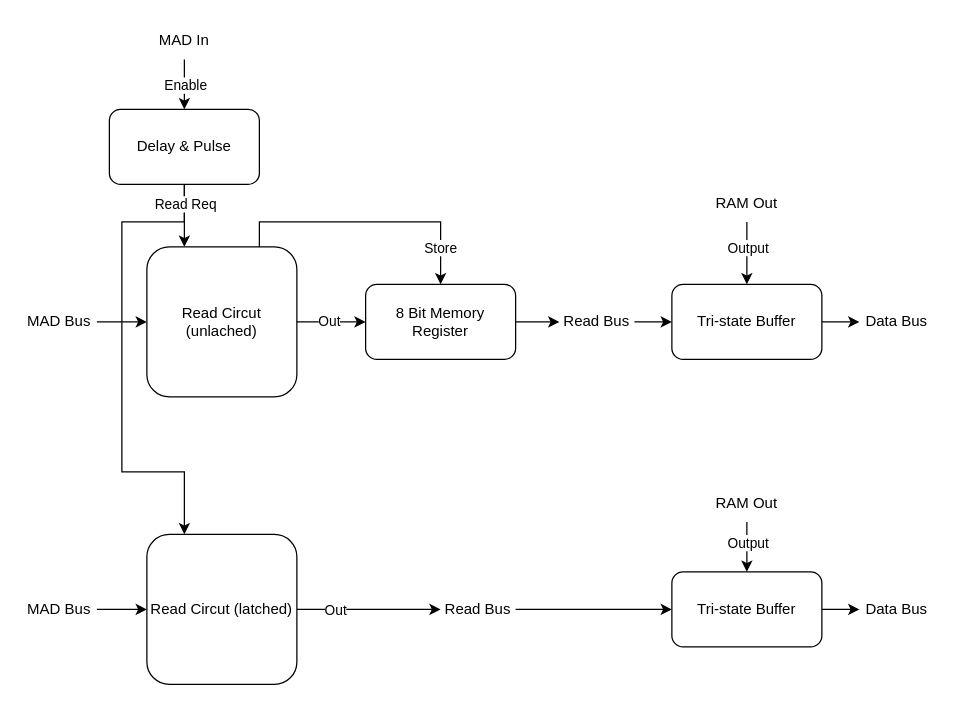
Earlier version of the draw.io diagram page "Clear & Read" (3 of 4) of General/Magnetic Memory.drawio (omzz15/Magnetic-Memory). Source tidied: cells renumbered, new cells numbered last; positions are measured from the earlier drawing's top-left corner, leaving out a move shared by most shapes. Both pictures are drawn from the tidied source at 125%, with x=0, y=0 at pixel (21, 21).
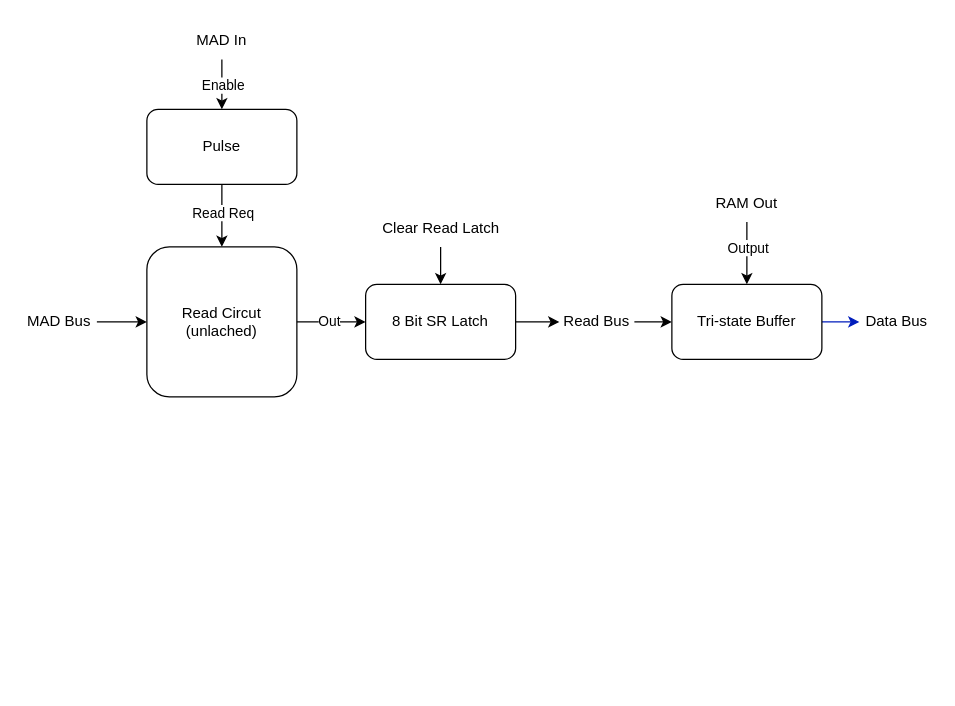
The same diagram, later.

Unchanged cells that the change refers to:
```xml
<mxCell id="7" value="Tri-state Buffer" style="rounded=1;whiteSpace=wrap;html=1;" parent="1" vertex="1">
  <mxGeometry x="520" y="210" width="120" height="60" as="geometry" />
</mxCell>
<mxCell id="8" value="Data Bus" style="text;html=1;strokeColor=none;fillColor=none;align=center;verticalAlign=middle;whiteSpace=wrap;rounded=0;" parent="1" vertex="1">
  <mxGeometry x="670" y="225" width="60" height="30" as="geometry" />
</mxCell>
<mxCell id="12" value="Read Circut (unlached)" style="rounded=1;whiteSpace=wrap;html=1;" parent="1" vertex="1">
  <mxGeometry x="100" y="180" width="120" height="120" as="geometry" />
</mxCell>
```

What changed in the source:
```diff
@@
-    <mxCell id="3" value="8 Bit Memory Register" style="rounded=1;whiteSpace=wrap;html=1;" parent="1" vertex="1">
+    <mxCell id="3" value="8 Bit SR Latch" style="rounded=1;whiteSpace=wrap;html=1;" parent="1" vertex="1">
       <mxGeometry x="275" y="210" width="120" height="60" as="geometry" />
     </mxCell>
@@
-    <mxCell id="6" style="edgeStyle=orthogonalEdgeStyle;rounded=0;jettySize=auto;html=1;entryX=0;entryY=0.5;entryDx=0;entryDy=0;" parent="1" edge="1" source="7" target="8">
+    <mxCell id="6" style="edgeStyle=orthogonalEdgeStyle;rounded=0;jettySize=auto;html=1;entryX=0;entryY=0.5;entryDx=0;entryDy=0;fillColor=#0050ef;strokeColor=#001DBC;" parent="1" edge="1" source="7" target="8">
       <mxGeometry relative="1" as="geometry" />
     </mxCell>
@@
-    <mxCell id="9" style="edgeStyle=orthogonalEdgeStyle;rounded=0;jettySize=auto;html=1;entryX=0.5;entryY=0;entryDx=0;entryDy=0;" parent="1" edge="1" source="11" target="38">
+    <mxCell id="9" style="edgeStyle=orthogonalEdgeStyle;rounded=0;jettySize=auto;html=1;entryX=0.5;entryY=0;entryDx=0;entryDy=0;exitX=0.5;exitY=1;exitDx=0;exitDy=0;" parent="1" edge="1" source="11" target="38">
       <mxGeometry relative="1" as="geometry" />
     </mxCell>
@@
     <mxCell id="11" value="MAD In" style="text;html=1;strokeColor=none;fillColor=none;align=center;verticalAlign=middle;whiteSpace=wrap;rounded=0;" parent="1" vertex="1">
-      <mxGeometry x="100" width="60" height="30" as="geometry" />
+      <mxGeometry x="130" width="60" height="30" as="geometry" />
     </mxCell>
@@
-    <mxCell id="15" style="edgeStyle=orthogonalEdgeStyle;rounded=0;jettySize=auto;html=1;entryX=0.5;entryY=0;entryDx=0;entryDy=0;exitX=0.75;exitY=0;exitDx=0;exitDy=0;" parent="1" edge="1" source="12" target="3">
-      <mxGeometry relative="1" as="geometry" />
-    </mxCell>
-    <mxCell id="16" value="Store" style="edgeLabel;html=1;align=center;verticalAlign=middle;" parent="15" vertex="1">
-      <mxGeometry x="0.12" y="-1" relative="1" as="geometry">
-        <mxPoint x="44" y="19" as="offset" />
-      </mxGeometry>
-    </mxCell>
@@
-    <mxCell id="22" style="edgeStyle=orthogonalEdgeStyle;rounded=0;jettySize=auto;html=1;entryX=0;entryY=0.5;entryDx=0;entryDy=0;" parent="1" edge="1" source="23" target="25">
-      <mxGeometry relative="1" as="geometry" />
-    </mxCell>
-    <mxCell id="23" value="Read Bus" style="text;html=1;strokeColor=none;fillColor=none;align=center;verticalAlign=middle;whiteSpace=wrap;rounded=0;" parent="1" vertex="1">
-      <mxGeometry x="335" y="455" width="60" height="30" as="geometry" />
-    </mxCell>
-    <mxCell id="24" style="edgeStyle=orthogonalEdgeStyle;rounded=0;jettySize=auto;html=1;entryX=0;entryY=0.5;entryDx=0;entryDy=0;" parent="1" edge="1" source="25" target="26">
-      <mxGeometry relative="1" as="geometry" />
-    </mxCell>
-    <mxCell id="25" value="Tri-state Buffer" style="rounded=1;whiteSpace=wrap;html=1;" parent="1" vertex="1">
-      <mxGeometry x="520" y="440" width="120" height="60" as="geometry" />
-    </mxCell>
-    <mxCell id="26" value="Data Bus" style="text;html=1;strokeColor=none;fillColor=none;align=center;verticalAlign=middle;whiteSpace=wrap;rounded=0;" parent="1" vertex="1">
-      <mxGeometry x="670" y="455" width="60" height="30" as="geometry" />
-    </mxCell>
-    <mxCell id="27" style="edgeStyle=orthogonalEdgeStyle;rounded=0;jettySize=auto;html=1;entryX=0;entryY=0.5;entryDx=0;entryDy=0;" parent="1" edge="1" source="29" target="23">
-      <mxGeometry relative="1" as="geometry" />
-    </mxCell>
-    <mxCell id="28" value="Out" style="edgeLabel;html=1;align=center;verticalAlign=middle;" parent="27" vertex="1">
-      <mxGeometry x="-0.61" y="-3" relative="1" as="geometry">
-        <mxPoint x="8" y="-3" as="offset" />
-      </mxGeometry>
-    </mxCell>
-    <mxCell id="29" value="Read Circut (latched)" style="rounded=1;whiteSpace=wrap;html=1;" parent="1" vertex="1">
-      <mxGeometry x="100" y="410" width="120" height="120" as="geometry" />
-    </mxCell>
-    <mxCell id="30" style="edgeStyle=orthogonalEdgeStyle;rounded=0;jettySize=auto;html=1;entryX=0;entryY=0.5;entryDx=0;entryDy=0;" parent="1" edge="1" source="31" target="29">
-      <mxGeometry relative="1" as="geometry" />
-    </mxCell>
-    <mxCell id="31" value="MAD Bus" style="text;html=1;strokeColor=none;fillColor=none;align=center;verticalAlign=middle;whiteSpace=wrap;rounded=0;" parent="1" vertex="1">
-      <mxGeometry y="455" width="60" height="30" as="geometry" />
-    </mxCell>
-    <mxCell id="32" style="edgeStyle=orthogonalEdgeStyle;rounded=0;jettySize=auto;html=1;entryX=0.5;entryY=0;entryDx=0;entryDy=0;" parent="1" edge="1" source="34" target="25">
-      <mxGeometry relative="1" as="geometry" />
-    </mxCell>
-    <mxCell id="33" value="Output" style="edgeLabel;html=1;align=center;verticalAlign=middle;" parent="32" vertex="1">
-      <mxGeometry x="-0.21" relative="1" as="geometry" />
-    </mxCell>
-    <mxCell id="34" value="RAM Out" style="text;html=1;strokeColor=none;fillColor=none;align=center;verticalAlign=middle;whiteSpace=wrap;rounded=0;" parent="1" vertex="1">
-      <mxGeometry x="550" y="370" width="60" height="30" as="geometry" />
-    </mxCell>
-    <mxCell id="35" style="edgeStyle=orthogonalEdgeStyle;rounded=0;jettySize=auto;html=1;exitX=0.5;exitY=1;exitDx=0;exitDy=0;entryX=0.25;entryY=0;entryDx=0;entryDy=0;" parent="1" edge="1" source="38" target="12">
+    <mxCell id="35" style="edgeStyle=orthogonalEdgeStyle;rounded=0;jettySize=auto;html=1;exitX=0.5;exitY=1;exitDx=0;exitDy=0;entryX=0.5;entryY=0;entryDx=0;entryDy=0;" parent="1" edge="1" source="38" target="12">
       <mxGeometry relative="1" as="geometry" />
     </mxCell>
-    <mxCell id="36" style="edgeStyle=orthogonalEdgeStyle;rounded=0;jettySize=auto;html=1;entryX=0.25;entryY=0;entryDx=0;entryDy=0;exitX=0.5;exitY=1;exitDx=0;exitDy=0;" parent="1" edge="1" source="38" target="29">
-      <mxGeometry relative="1" as="geometry">
-        <Array as="points">
-          <mxPoint x="130" y="160" />
-          <mxPoint x="80" y="160" />
-          <mxPoint x="80" y="360" />
-          <mxPoint x="130" y="360" />
-        </Array>
-      </mxGeometry>
-    </mxCell>
-    <mxCell id="37" value="Read Req" style="edgeLabel;html=1;align=center;verticalAlign=middle;" parent="36" vertex="1">
-      <mxGeometry x="-0.94" y="1" relative="1" as="geometry">
-        <mxPoint x="-1" y="4" as="offset" />
-      </mxGeometry>
+    <mxCell id="37" value="Read Req" style="edgeLabel;html=1;align=center;verticalAlign=middle;" parent="35" vertex="1">
+      <mxGeometry x="-0.11" relative="1" as="geometry" />
     </mxCell>
-    <mxCell id="38" value="Delay &amp;amp; Pulse" style="rounded=1;whiteSpace=wrap;html=1;" parent="1" vertex="1">
-      <mxGeometry x="70" y="70" width="120" height="60" as="geometry" />
+    <mxCell id="38" value="Pulse" style="rounded=1;whiteSpace=wrap;html=1;" parent="1" vertex="1">
+      <mxGeometry x="100" y="70" width="120" height="60" as="geometry" />
     </mxCell>
+    <mxCell id="39" style="edgeStyle=orthogonalEdgeStyle;rounded=0;jettySize=auto;html=1;entryX=0.5;entryY=0;entryDx=0;entryDy=0;" parent="1" edge="1" source="40" target="3">
+      <mxGeometry relative="1" as="geometry" />
+    </mxCell>
+    <mxCell id="40" value="Clear Read Latch" style="text;html=1;align=center;verticalAlign=middle;points=[];strokeColor=none;fillColor=none;" parent="1" vertex="1">
+      <mxGeometry x="275" y="150" width="120" height="30" as="geometry" />
+    </mxCell>
```
